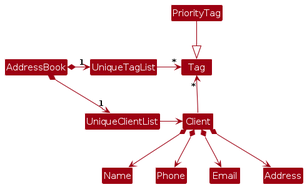
AY2425S2-CS2103T-W12-2/tp keeps this PlantUML diagram as diagrams/BetterModelClassDiagram.png. Above is the earlier version. Its source is kept beside it as diagrams/BetterModelClassDiagram.puml.
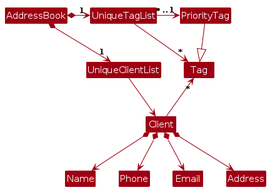
The same diagram one commit later.

Diff of the diagram source:
```diff
@@ -10,6 +10,7 @@
 UniqueTagList -[hidden]down- UniqueClientList
 
 UniqueTagList -right-> "*" Tag
+UniqueTagList -right-> "*..1" PriorityTag
 PriorityTag --|> Tag
 UniqueClientList -right-> Client
 
```
